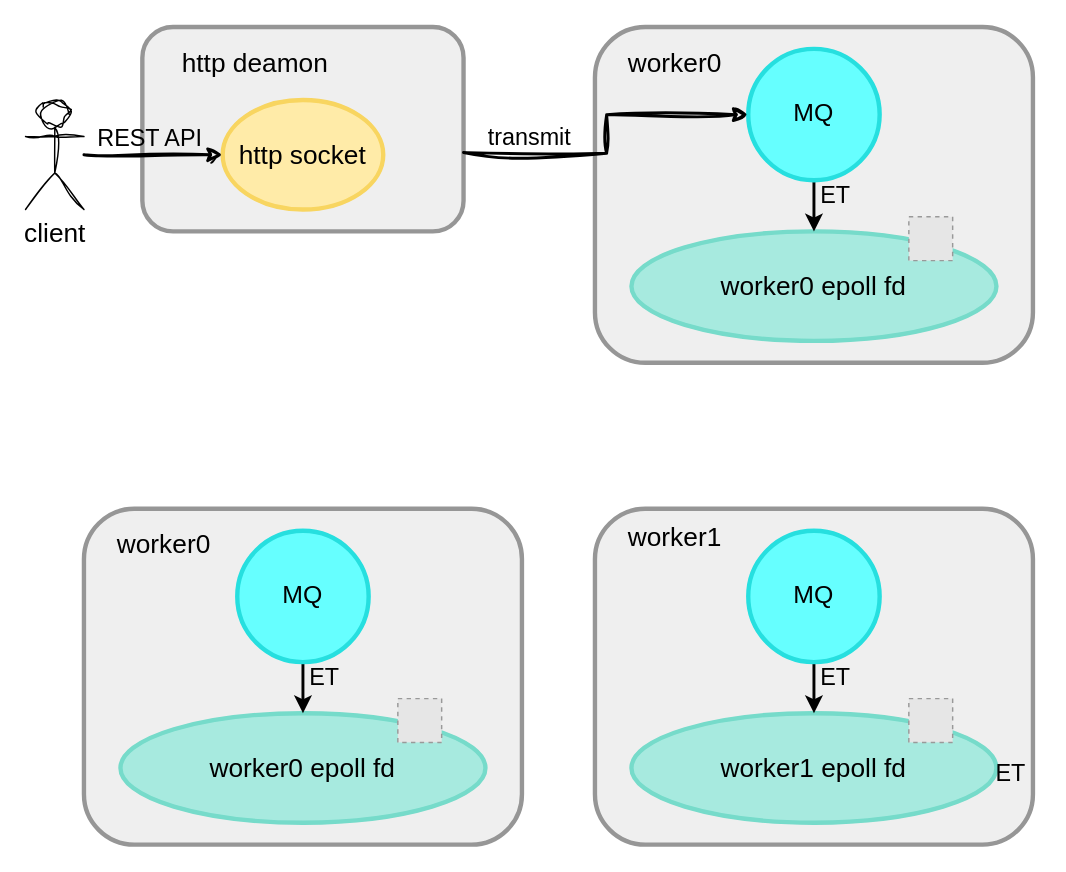
Before: page "第 7 页" (7 of 7) of MaxScale.drawio in alchemy-lee/common-resource, a draw.io diagram. Source tidied: cells renumbered, new cells numbered last; positions are measured from the earlier drawing's top-left corner, leaving out a move shared by most shapes. Both pictures are drawn from the tidied source at 146%, with x=0, y=0 at pixel (25, 26). Pictures stored in the file or linked from it are replaced by grey dashed boxes.
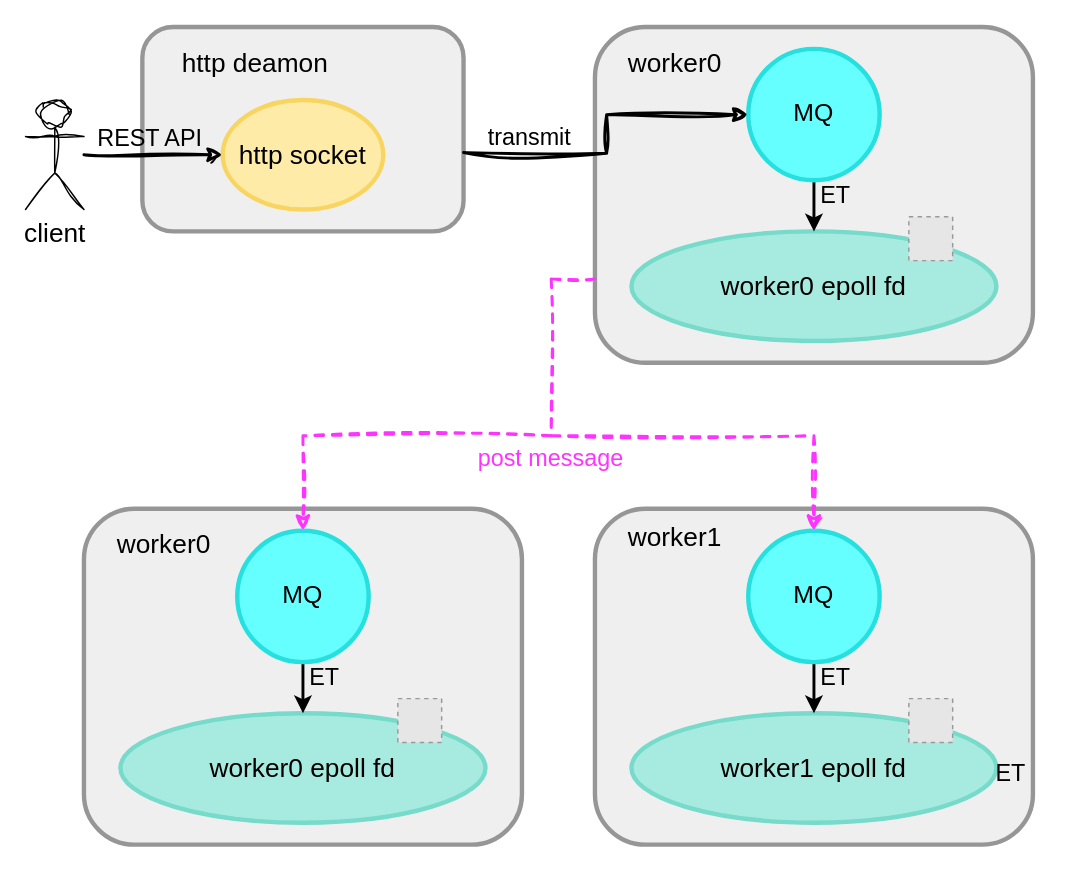
The same diagram, later.

The change refers to these unchanged cells:
```xml
<mxCell id="7" value="&lt;font style=&quot;font-size: 17px;&quot; face=&quot;JetBrainsMonoNL Nerd Font Mono&quot;&gt;MQ&lt;/font&gt;" style="ellipse;whiteSpace=wrap;html=1;fillColor=#66FFFF;strokeColor=#26dfdf;strokeWidth=3;" parent="1" vertex="1">
  <mxGeometry x="145" y="345" width="90" height="90" as="geometry" />
</mxCell>
<mxCell id="14" value="&lt;font style=&quot;font-size: 17px;&quot; face=&quot;JetBrainsMonoNL Nerd Font Mono&quot;&gt;MQ&lt;/font&gt;" style="ellipse;whiteSpace=wrap;html=1;fillColor=#66FFFF;strokeColor=#26dfdf;strokeWidth=3;" parent="1" vertex="1">
  <mxGeometry x="495" y="345" width="90" height="90" as="geometry" />
</mxCell>
<mxCell id="23" style="rounded=1;whiteSpace=wrap;html=1;fillColor=#efefef;strokeColor=#969696;strokeWidth=3;" parent="1" vertex="1">
  <mxGeometry x="390" width="300" height="230" as="geometry" />
</mxCell>
```

The edit, as a diff of the source:
```diff
@@
+    <mxCell id="32" style="edgeStyle=orthogonalEdgeStyle;jettySize=auto;html=1;strokeWidth=2;startArrow=none;startFill=0;shadow=0;sketch=1;curveFitting=1;jiggle=2;entryX=0.5;entryY=0;entryDx=0;entryDy=0;rounded=0;dashed=1;strokeColor=#FF33FF;exitX=0;exitY=0.75;exitDx=0;exitDy=0;" parent="1" edge="1" source="23" target="14">
+      <mxGeometry relative="1" as="geometry">
+        <Array as="points">
+          <mxPoint x="360" y="173" />
+          <mxPoint x="360" y="280" />
+          <mxPoint x="540" y="280" />
+        </Array>
+      </mxGeometry>
+    </mxCell>
+    <mxCell id="33" style="endArrow=classic;html=1;rounded=0;entryX=0.5;entryY=0;entryDx=0;entryDy=0;strokeColor=#FF33FF;strokeWidth=2;startArrow=none;startFill=0;shadow=0;sketch=1;curveFitting=1;jiggle=2;dashed=1;" parent="1" edge="1" target="7">
+      <mxGeometry relative="1" as="geometry">
+        <mxPoint x="360" y="280" as="sourcePoint" />
+        <Array as="points">
+          <mxPoint x="190" y="280" />
+        </Array>
+      </mxGeometry>
+    </mxCell>
+    <mxCell id="34" value="&lt;font face=&quot;JetBrainsMonoNL Nerd Font Mono&quot; style=&quot;font-size: 16px;&quot;&gt;&lt;font color=&quot;#ff33ff&quot;&gt;post message&lt;/font&gt;&lt;br&gt;&lt;/font&gt;" style="text;html=1;strokeColor=none;fillColor=none;align=center;verticalAlign=middle;whiteSpace=wrap;rounded=0;" parent="1" vertex="1">
+      <mxGeometry x="285" y="285" width="150" height="20" as="geometry" />
+    </mxCell>
```
